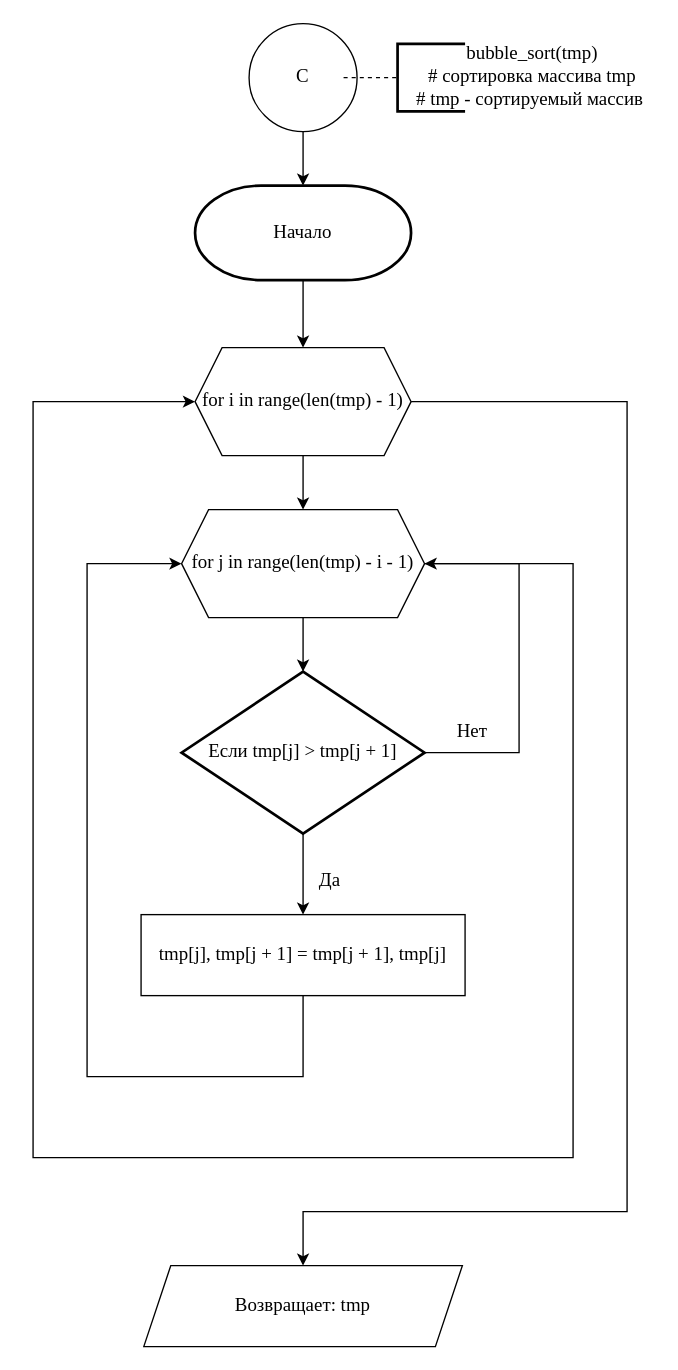
Above: page "Страница 5" (5 of 8) of 1 курс/1 семестр/Информатика/Практические работы/12/Диаграмма 12.drawio in Kirill010/RTU-MIREA (draw.io), before the change. Source tidied: cells renumbered, new cells numbered last; positions are measured from the earlier drawing's top-left corner, leaving out a move shared by most shapes. Both pictures are drawn from the tidied source at 135%, with x=0, y=0 at pixel (32, 23).
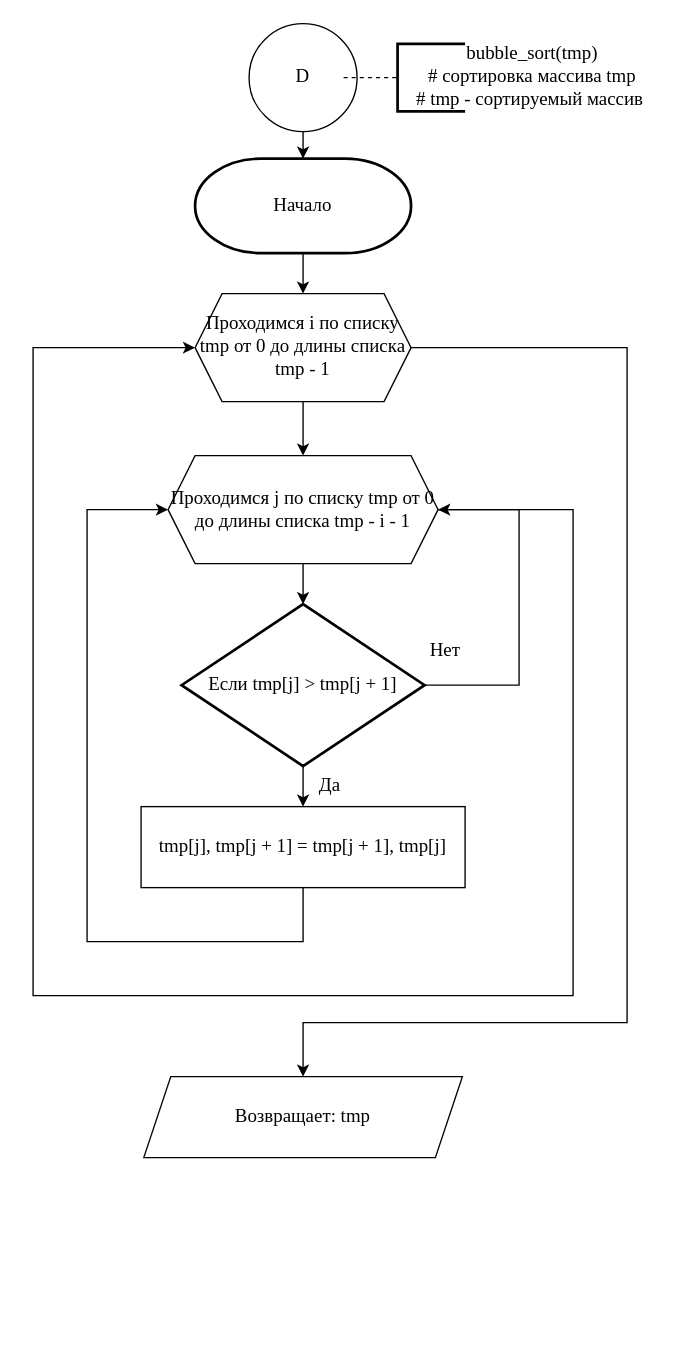
The same page after the edit.

What changed in the source:
```diff
@@
     <mxCell id="2" style="edgeStyle=orthogonalEdgeStyle;rounded=0;jettySize=auto;html=1;fontFamily=Times New Roman;fontSize=14;" parent="1" edge="1" source="3">
       <mxGeometry relative="1" as="geometry">
-        <mxPoint x="200" y="120" as="targetPoint" />
+        <mxPoint x="200" y="100" as="targetPoint" />
       </mxGeometry>
     </mxCell>
-    <mxCell id="3" value="C" style="ellipse;whiteSpace=wrap;html=1;fontFamily=Times New Roman;fontSize=14;" parent="1" vertex="1">
+    <mxCell id="3" value="D" style="ellipse;whiteSpace=wrap;html=1;fontFamily=Times New Roman;fontSize=14;" parent="1" vertex="1">
       <mxGeometry x="160" width="80" height="80" as="geometry" />
     </mxCell>
@@
     <mxCell id="7" style="edgeStyle=orthogonalEdgeStyle;rounded=0;jettySize=auto;html=1;fontFamily=Times New Roman;fontSize=14;" parent="1" edge="1" source="8">
       <mxGeometry relative="1" as="geometry">
-        <mxPoint x="200" y="240" as="targetPoint" />
+        <mxPoint x="200" y="200" as="targetPoint" />
       </mxGeometry>
     </mxCell>
     <mxCell id="8" value="&lt;font style=&quot;font-size: 14px;&quot; face=&quot;Times New Roman&quot;&gt;Начало&lt;/font&gt;" style="strokeWidth=2;html=1;shape=mxgraph.flowchart.terminator;whiteSpace=wrap;" parent="1" vertex="1">
-      <mxGeometry x="120" y="120" width="160" height="70" as="geometry" />
+      <mxGeometry x="120" y="100" width="160" height="70" as="geometry" />
     </mxCell>
     <mxCell id="9" style="edgeStyle=orthogonalEdgeStyle;rounded=0;jettySize=auto;html=1;fontFamily=Times New Roman;fontSize=14;" parent="1" edge="1" source="11">
       <mxGeometry relative="1" as="geometry">
-        <mxPoint x="200" y="360" as="targetPoint" />
+        <mxPoint x="200" y="320" as="targetPoint" />
       </mxGeometry>
     </mxCell>
-    <mxCell id="10" style="edgeStyle=orthogonalEdgeStyle;rounded=0;jettySize=auto;html=1;fontFamily=Times New Roman;fontSize=14;" parent="1" edge="1" source="11">
+    <mxCell id="10" style="edgeStyle=orthogonalEdgeStyle;rounded=0;jettySize=auto;html=1;fontFamily=Times New Roman;fontSize=14;exitX=1;exitY=0.5;exitDx=0;exitDy=0;entryX=0.5;entryY=0;entryDx=0;entryDy=0;" parent="1" edge="1" source="11" target="22">
       <mxGeometry relative="1" as="geometry">
-        <mxPoint x="200" y="920" as="targetPoint" />
         <Array as="points">
-          <mxPoint x="440" y="280" />
-          <mxPoint x="440" y="880" />
-          <mxPoint x="200" y="880" />
+          <mxPoint x="440" y="240" />
+          <mxPoint x="440" y="740" />
+          <mxPoint x="200" y="740" />
         </Array>
       </mxGeometry>
     </mxCell>
-    <mxCell id="11" value="for i in range(len(tmp) - 1)" style="shape=hexagon;perimeter=hexagonPerimeter2;whiteSpace=wrap;html=1;fixedSize=1;fontFamily=Times New Roman;fontSize=14;" parent="1" vertex="1">
-      <mxGeometry x="120" y="240" width="160" height="80" as="geometry" />
+    <mxCell id="11" value="Проходимся i по списку tmp от 0 до длины списка tmp - 1" style="shape=hexagon;perimeter=hexagonPerimeter2;whiteSpace=wrap;html=1;fixedSize=1;fontFamily=Times New Roman;fontSize=14;" parent="1" vertex="1">
+      <mxGeometry x="120" y="200" width="160" height="80" as="geometry" />
     </mxCell>
-    <mxCell id="12" style="edgeStyle=orthogonalEdgeStyle;rounded=0;jettySize=auto;html=1;entryX=0.5;entryY=0;entryDx=0;entryDy=0;fontFamily=Times New Roman;fontSize=14;" parent="1" edge="1" source="14">
-      <mxGeometry relative="1" as="geometry">
-        <mxPoint x="200" y="480" as="targetPoint" />
-      </mxGeometry>
+    <mxCell id="12" style="edgeStyle=orthogonalEdgeStyle;rounded=0;jettySize=auto;html=1;entryX=0.5;entryY=0;entryDx=0;entryDy=0;fontFamily=Times New Roman;fontSize=14;entryPerimeter=0;" parent="1" edge="1" source="14" target="17">
+      <mxGeometry relative="1" as="geometry" />
     </mxCell>
-    <mxCell id="13" style="edgeStyle=orthogonalEdgeStyle;rounded=0;jettySize=auto;html=1;fontFamily=Times New Roman;fontSize=14;entryX=0;entryY=0.5;entryDx=0;entryDy=0;" parent="1" edge="1" source="14" target="11">
+    <mxCell id="13" style="edgeStyle=orthogonalEdgeStyle;rounded=0;jettySize=auto;html=1;fontFamily=Times New Roman;fontSize=14;entryX=0;entryY=0.5;entryDx=0;entryDy=0;" parent="1" edge="1" target="11">
       <mxGeometry relative="1" as="geometry">
+        <mxPoint x="300" y="360" as="sourcePoint" />
         <Array as="points">
-          <mxPoint x="400" y="400" />
-          <mxPoint x="400" y="840" />
-          <mxPoint y="840" />
-          <mxPoint y="280" />
+          <mxPoint x="400" y="360" />
+          <mxPoint x="400" y="720" />
+          <mxPoint y="720" />
+          <mxPoint y="240" />
         </Array>
       </mxGeometry>
     </mxCell>
-    <mxCell id="14" value="for j in range(len(tmp) - i - 1)" style="shape=hexagon;perimeter=hexagonPerimeter2;whiteSpace=wrap;html=1;fixedSize=1;fontFamily=Times New Roman;fontSize=14;" parent="1" vertex="1">
-      <mxGeometry x="110" y="360" width="180" height="80" as="geometry" />
+    <mxCell id="14" value="Проходимся j по списку tmp от 0 до длины списка tmp - i - 1" style="shape=hexagon;perimeter=hexagonPerimeter2;whiteSpace=wrap;html=1;fixedSize=1;fontFamily=Times New Roman;fontSize=14;" parent="1" vertex="1">
+      <mxGeometry x="100" y="320" width="200" height="80" as="geometry" />
     </mxCell>
@@
     <mxCell id="16" style="edgeStyle=orthogonalEdgeStyle;rounded=0;jettySize=auto;html=1;fontFamily=Times New Roman;fontSize=14;entryX=1;entryY=0.5;entryDx=0;entryDy=0;" parent="1" edge="1" source="17" target="14">
       <mxGeometry relative="1" as="geometry">
         <Array as="points">
-          <mxPoint x="360" y="540" />
-          <mxPoint x="360" y="400" />
+          <mxPoint x="360" y="490" />
+          <mxPoint x="360" y="360" />
         </Array>
       </mxGeometry>
     </mxCell>
     <mxCell id="17" value="Если tmp[j] &amp;gt; tmp[j + 1]" style="strokeWidth=2;html=1;shape=mxgraph.flowchart.decision;whiteSpace=wrap;fontFamily=Times New Roman;fontSize=14;" parent="1" vertex="1">
-      <mxGeometry x="110" y="480" width="180" height="120" as="geometry" />
+      <mxGeometry x="110" y="430" width="180" height="120" as="geometry" />
     </mxCell>
     <mxCell id="18" style="edgeStyle=orthogonalEdgeStyle;rounded=0;jettySize=auto;html=1;fontFamily=Times New Roman;fontSize=14;entryX=0;entryY=0.5;entryDx=0;entryDy=0;" parent="1" edge="1" source="19" target="14">
       <mxGeometry relative="1" as="geometry">
         <Array as="points">
-          <mxPoint x="200" y="780" />
-          <mxPoint x="40" y="780" />
-          <mxPoint x="40" y="400" />
+          <mxPoint x="200" y="680" />
+          <mxPoint x="40" y="680" />
+          <mxPoint x="40" y="360" />
         </Array>
       </mxGeometry>
     </mxCell>
     <mxCell id="19" value="&lt;font style=&quot;font-size: 14px;&quot; face=&quot;Times New Roman&quot;&gt;tmp[j], tmp[j + 1] = tmp[j + 1], tmp[j]&lt;br&gt;&lt;/font&gt;" style="rounded=0;whiteSpace=wrap;html=1;" parent="1" vertex="1">
-      <mxGeometry x="80" y="660" width="240" height="60" as="geometry" />
+      <mxGeometry x="80" y="580" width="240" height="60" as="geometry" />
     </mxCell>
     <mxCell id="20" value="Да" style="text;html=1;strokeColor=none;fillColor=none;align=center;verticalAlign=middle;whiteSpace=wrap;rounded=0;fontFamily=Times New Roman;fontSize=14;" parent="1" vertex="1">
-      <mxGeometry x="190" y="620" width="60" height="30" as="geometry" />
+      <mxGeometry x="190" y="550" width="60" height="30" as="geometry" />
     </mxCell>
     <mxCell id="21" value="Нет" style="text;html=1;align=center;verticalAlign=middle;strokeColor=none;fillColor=none;fontSize=14;fontFamily=Times New Roman;" parent="1" vertex="1">
-      <mxGeometry x="300" y="510" width="50" height="30" as="geometry" />
+      <mxGeometry x="280" y="450" width="50" height="30" as="geometry" />
     </mxCell>
     <mxCell id="22" value="Возвращает: tmp" style="shape=parallelogram;perimeter=parallelogramPerimeter;whiteSpace=wrap;html=1;fixedSize=1;fontFamily=Times New Roman;fontSize=14;" parent="1" vertex="1">
-      <mxGeometry x="82" y="920" width="236" height="60" as="geometry" />
+      <mxGeometry x="82" y="780" width="236" height="60" as="geometry" />
     </mxCell>
```
